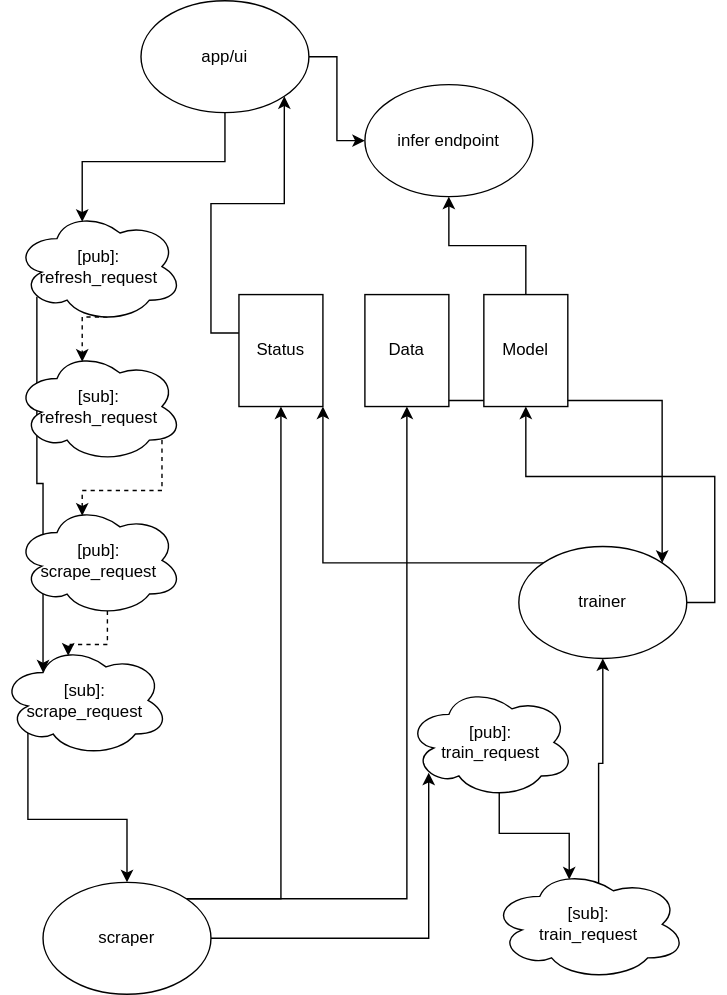
Above: Architecture.svg in tianle91/astroturf (draw.io), before the change. Source tidied: cells renumbered, new cells last; positions are measured from the earlier drawing's top-left corner, leaving out a move shared by most shapes. Source of this version:
```xml
<mxGraphModel>
  <root>
    <mxCell id="0" />
    <mxCell id="1" parent="0" />
    <mxCell id="2" style="edgeStyle=orthogonalEdgeStyle;rounded=0;jettySize=auto;html=1;exitX=0;exitY=0;exitDx=0;exitDy=27.5;exitPerimeter=0;entryX=1;entryY=1;entryDx=0;entryDy=0;" parent="1" edge="1" source="3" target="23">
      <mxGeometry relative="1" as="geometry" />
    </mxCell>
    <mxCell id="3" value="Status" style="shape=cylinder3;whiteSpace=wrap;html=1;boundedLbl=1;backgroundOutline=1;size=15;" parent="1" vertex="1">
      <mxGeometry x="170" y="210" width="60" height="80" as="geometry" />
    </mxCell>
    <mxCell id="4" style="edgeStyle=orthogonalEdgeStyle;rounded=0;jettySize=auto;html=1;exitX=0.855;exitY=1;exitDx=0;exitDy=-4.35;exitPerimeter=0;entryX=1;entryY=0;entryDx=0;entryDy=0;" parent="1" edge="1" source="5" target="31">
      <mxGeometry relative="1" as="geometry" />
    </mxCell>
    <mxCell id="5" value="Data" style="shape=cylinder3;whiteSpace=wrap;html=1;boundedLbl=1;backgroundOutline=1;size=15;" parent="1" vertex="1">
      <mxGeometry x="260" y="210" width="60" height="80" as="geometry" />
    </mxCell>
    <mxCell id="6" style="edgeStyle=orthogonalEdgeStyle;rounded=0;jettySize=auto;html=1;exitX=0.5;exitY=0;exitDx=0;exitDy=0;exitPerimeter=0;entryX=0.5;entryY=1;entryDx=0;entryDy=0;" parent="1" edge="1" source="7" target="24">
      <mxGeometry relative="1" as="geometry" />
    </mxCell>
    <mxCell id="7" value="Model" style="shape=cylinder3;whiteSpace=wrap;html=1;boundedLbl=1;backgroundOutline=1;size=15;" parent="1" vertex="1">
      <mxGeometry x="345" y="210" width="60" height="80" as="geometry" />
    </mxCell>
    <mxCell id="8" style="edgeStyle=orthogonalEdgeStyle;rounded=0;jettySize=auto;html=1;exitX=0.55;exitY=0.95;exitDx=0;exitDy=0;exitPerimeter=0;entryX=0.4;entryY=0.1;entryDx=0;entryDy=0;entryPerimeter=0;dashed=1;" parent="1" edge="1" source="10" target="12">
      <mxGeometry relative="1" as="geometry" />
    </mxCell>
    <mxCell id="9" style="edgeStyle=orthogonalEdgeStyle;rounded=0;jettySize=auto;html=1;exitX=0.13;exitY=0.77;exitDx=0;exitDy=0;exitPerimeter=0;entryX=0.25;entryY=0.25;entryDx=0;entryDy=0;entryPerimeter=0;" parent="1" edge="1" source="10" target="16">
      <mxGeometry relative="1" as="geometry" />
    </mxCell>
    <mxCell id="10" value="[pub]: &lt;br&gt;refresh_request" style="ellipse;shape=cloud;whiteSpace=wrap;html=1;" parent="1" vertex="1">
      <mxGeometry x="10" y="150" width="120" height="80" as="geometry" />
    </mxCell>
    <mxCell id="11" style="edgeStyle=orthogonalEdgeStyle;rounded=0;jettySize=auto;html=1;exitX=0.875;exitY=0.5;exitDx=0;exitDy=0;exitPerimeter=0;entryX=0.4;entryY=0.1;entryDx=0;entryDy=0;entryPerimeter=0;dashed=1;" parent="1" edge="1" source="12" target="14">
      <mxGeometry relative="1" as="geometry" />
    </mxCell>
    <mxCell id="12" value="[sub]: &lt;br&gt;refresh_request" style="ellipse;shape=cloud;whiteSpace=wrap;html=1;" parent="1" vertex="1">
      <mxGeometry x="10" y="250" width="120" height="80" as="geometry" />
    </mxCell>
    <mxCell id="13" style="edgeStyle=orthogonalEdgeStyle;rounded=0;jettySize=auto;html=1;exitX=0.55;exitY=0.95;exitDx=0;exitDy=0;exitPerimeter=0;entryX=0.4;entryY=0.1;entryDx=0;entryDy=0;entryPerimeter=0;dashed=1;" parent="1" edge="1" source="14" target="16">
      <mxGeometry relative="1" as="geometry" />
    </mxCell>
    <mxCell id="14" value="[pub]: &lt;br&gt;scrape_request" style="ellipse;shape=cloud;whiteSpace=wrap;html=1;" parent="1" vertex="1">
      <mxGeometry x="10" y="360" width="120" height="80" as="geometry" />
    </mxCell>
    <mxCell id="15" style="edgeStyle=orthogonalEdgeStyle;rounded=0;jettySize=auto;html=1;exitX=0.16;exitY=0.55;exitDx=0;exitDy=0;exitPerimeter=0;entryX=0.5;entryY=0;entryDx=0;entryDy=0;" parent="1" edge="1" source="16" target="28">
      <mxGeometry relative="1" as="geometry" />
    </mxCell>
    <mxCell id="16" value="[sub]: &lt;br&gt;scrape_request" style="ellipse;shape=cloud;whiteSpace=wrap;html=1;" parent="1" vertex="1">
      <mxGeometry y="460" width="120" height="80" as="geometry" />
    </mxCell>
    <mxCell id="17" style="edgeStyle=orthogonalEdgeStyle;rounded=0;jettySize=auto;html=1;exitX=0.55;exitY=0.95;exitDx=0;exitDy=0;exitPerimeter=0;entryX=0.4;entryY=0.1;entryDx=0;entryDy=0;entryPerimeter=0;" parent="1" edge="1" source="18" target="20">
      <mxGeometry relative="1" as="geometry" />
    </mxCell>
    <mxCell id="18" value="[pub]: &lt;br&gt;train_request" style="ellipse;shape=cloud;whiteSpace=wrap;html=1;" parent="1" vertex="1">
      <mxGeometry x="290" y="490" width="120" height="80" as="geometry" />
    </mxCell>
    <mxCell id="19" style="edgeStyle=orthogonalEdgeStyle;rounded=0;jettySize=auto;html=1;exitX=0.55;exitY=0.95;exitDx=0;exitDy=0;exitPerimeter=0;" parent="1" edge="1" source="20" target="31">
      <mxGeometry relative="1" as="geometry" />
    </mxCell>
    <mxCell id="20" value="[sub]: &lt;br&gt;train_request" style="ellipse;shape=cloud;whiteSpace=wrap;html=1;" parent="1" vertex="1">
      <mxGeometry x="350" y="620" width="140" height="80" as="geometry" />
    </mxCell>
    <mxCell id="21" style="edgeStyle=orthogonalEdgeStyle;rounded=0;jettySize=auto;html=1;exitX=1;exitY=0.5;exitDx=0;exitDy=0;entryX=0;entryY=0.5;entryDx=0;entryDy=0;" parent="1" edge="1" source="23" target="24">
      <mxGeometry relative="1" as="geometry" />
    </mxCell>
    <mxCell id="22" style="edgeStyle=orthogonalEdgeStyle;rounded=0;jettySize=auto;html=1;exitX=0.5;exitY=1;exitDx=0;exitDy=0;entryX=0.4;entryY=0.1;entryDx=0;entryDy=0;entryPerimeter=0;" parent="1" edge="1" source="23" target="10">
      <mxGeometry relative="1" as="geometry" />
    </mxCell>
    <mxCell id="23" value="app/ui" style="ellipse;whiteSpace=wrap;html=1;" parent="1" vertex="1">
      <mxGeometry x="100" width="120" height="80" as="geometry" />
    </mxCell>
    <mxCell id="24" value="infer endpoint" style="ellipse;whiteSpace=wrap;html=1;" parent="1" vertex="1">
      <mxGeometry x="260" y="60" width="120" height="80" as="geometry" />
    </mxCell>
    <mxCell id="25" style="edgeStyle=orthogonalEdgeStyle;rounded=0;jettySize=auto;html=1;exitX=1;exitY=0.5;exitDx=0;exitDy=0;entryX=0.13;entryY=0.77;entryDx=0;entryDy=0;entryPerimeter=0;" parent="1" edge="1" source="28" target="18">
      <mxGeometry relative="1" as="geometry" />
    </mxCell>
    <mxCell id="26" style="edgeStyle=orthogonalEdgeStyle;rounded=0;jettySize=auto;html=1;exitX=1;exitY=0;exitDx=0;exitDy=0;entryX=0.5;entryY=1;entryDx=0;entryDy=0;entryPerimeter=0;" parent="1" edge="1" source="28" target="5">
      <mxGeometry relative="1" as="geometry" />
    </mxCell>
    <mxCell id="27" style="edgeStyle=orthogonalEdgeStyle;rounded=0;jettySize=auto;html=1;exitX=1;exitY=0;exitDx=0;exitDy=0;entryX=0.5;entryY=1;entryDx=0;entryDy=0;entryPerimeter=0;" parent="1" edge="1" source="28" target="3">
      <mxGeometry relative="1" as="geometry" />
    </mxCell>
    <mxCell id="28" value="scraper" style="ellipse;whiteSpace=wrap;html=1;" parent="1" vertex="1">
      <mxGeometry x="30" y="630" width="120" height="80" as="geometry" />
    </mxCell>
    <mxCell id="29" style="edgeStyle=orthogonalEdgeStyle;rounded=0;jettySize=auto;html=1;exitX=1;exitY=0.5;exitDx=0;exitDy=0;entryX=0.5;entryY=1;entryDx=0;entryDy=0;entryPerimeter=0;" parent="1" edge="1" source="31" target="7">
      <mxGeometry relative="1" as="geometry" />
    </mxCell>
    <mxCell id="30" style="edgeStyle=orthogonalEdgeStyle;rounded=0;jettySize=auto;html=1;exitX=0;exitY=0;exitDx=0;exitDy=0;entryX=1;entryY=1;entryDx=0;entryDy=0;" parent="1" edge="1" source="31" target="3">
      <mxGeometry relative="1" as="geometry" />
    </mxCell>
    <mxCell id="31" value="trainer" style="ellipse;whiteSpace=wrap;html=1;" parent="1" vertex="1">
      <mxGeometry x="370" y="390" width="120" height="80" as="geometry" />
    </mxCell>
  </root>
</mxGraphModel>
```
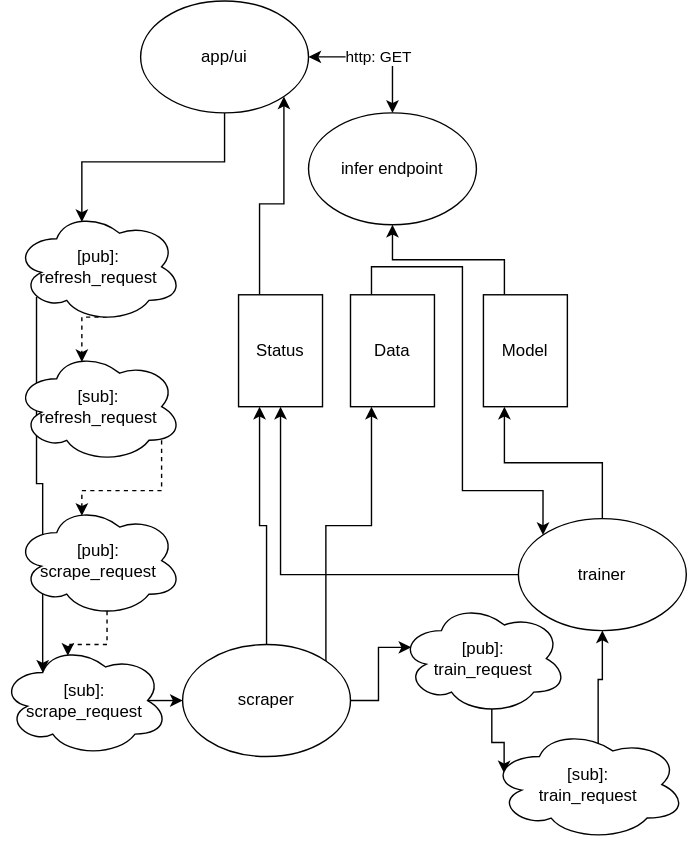
The same diagram one commit later.

Commit message:
clean up diagram

Change to the diagram source:
```diff
@@ -2,19 +2,26 @@
   <root>
     <mxCell id="0" />
     <mxCell id="1" parent="0" />
-    <mxCell id="2" style="edgeStyle=orthogonalEdgeStyle;rounded=0;jettySize=auto;html=1;exitX=0;exitY=0;exitDx=0;exitDy=27.5;exitPerimeter=0;entryX=1;entryY=1;entryDx=0;entryDy=0;" parent="1" edge="1" source="3" target="23">
+    <mxCell id="2" style="edgeStyle=orthogonalEdgeStyle;rounded=0;jettySize=auto;html=1;exitX=0.25;exitY=0;exitDx=0;exitDy=0;entryX=1;entryY=1;entryDx=0;entryDy=0;" parent="1" edge="1" source="3" target="23">
       <mxGeometry relative="1" as="geometry" />
     </mxCell>
     <mxCell id="3" value="Status" style="shape=cylinder3;whiteSpace=wrap;html=1;boundedLbl=1;backgroundOutline=1;size=15;" parent="1" vertex="1">
       <mxGeometry x="170" y="210" width="60" height="80" as="geometry" />
     </mxCell>
-    <mxCell id="4" style="edgeStyle=orthogonalEdgeStyle;rounded=0;jettySize=auto;html=1;exitX=0.855;exitY=1;exitDx=0;exitDy=-4.35;exitPerimeter=0;entryX=1;entryY=0;entryDx=0;entryDy=0;" parent="1" edge="1" source="5" target="31">
-      <mxGeometry relative="1" as="geometry" />
+    <mxCell id="4" style="edgeStyle=orthogonalEdgeStyle;rounded=0;jettySize=auto;html=1;exitX=0.25;exitY=0;exitDx=0;exitDy=0;entryX=0;entryY=0;entryDx=0;entryDy=0;startArrow=none;startFill=0;" parent="1" edge="1" source="5" target="31">
+      <mxGeometry relative="1" as="geometry">
+        <Array as="points">
+          <mxPoint x="265" y="190" />
+          <mxPoint x="330" y="190" />
+          <mxPoint x="330" y="350" />
+          <mxPoint x="388" y="350" />
+        </Array>
+      </mxGeometry>
     </mxCell>
     <mxCell id="5" value="Data" style="shape=cylinder3;whiteSpace=wrap;html=1;boundedLbl=1;backgroundOutline=1;size=15;" parent="1" vertex="1">
-      <mxGeometry x="260" y="210" width="60" height="80" as="geometry" />
+      <mxGeometry x="250" y="210" width="60" height="80" as="geometry" />
     </mxCell>
-    <mxCell id="6" style="edgeStyle=orthogonalEdgeStyle;rounded=0;jettySize=auto;html=1;exitX=0.5;exitY=0;exitDx=0;exitDy=0;exitPerimeter=0;entryX=0.5;entryY=1;entryDx=0;entryDy=0;" parent="1" edge="1" source="7" target="24">
+    <mxCell id="6" style="edgeStyle=orthogonalEdgeStyle;rounded=0;jettySize=auto;html=1;exitX=0.25;exitY=0;exitDx=0;exitDy=0;entryX=0.5;entryY=1;entryDx=0;entryDy=0;" parent="1" edge="1" source="7" target="24">
       <mxGeometry relative="1" as="geometry" />
     </mxCell>
     <mxCell id="7" value="Model" style="shape=cylinder3;whiteSpace=wrap;html=1;boundedLbl=1;backgroundOutline=1;size=15;" parent="1" vertex="1">
@@ -41,25 +48,25 @@
     <mxCell id="14" value="[pub]: &lt;br&gt;scrape_request" style="ellipse;shape=cloud;whiteSpace=wrap;html=1;" parent="1" vertex="1">
       <mxGeometry x="10" y="360" width="120" height="80" as="geometry" />
     </mxCell>
-    <mxCell id="15" style="edgeStyle=orthogonalEdgeStyle;rounded=0;jettySize=auto;html=1;exitX=0.16;exitY=0.55;exitDx=0;exitDy=0;exitPerimeter=0;entryX=0.5;entryY=0;entryDx=0;entryDy=0;" parent="1" edge="1" source="16" target="28">
+    <mxCell id="15" style="edgeStyle=orthogonalEdgeStyle;rounded=0;jettySize=auto;html=1;exitX=0.875;exitY=0.5;exitDx=0;exitDy=0;exitPerimeter=0;entryX=0;entryY=0.5;entryDx=0;entryDy=0;startArrow=none;startFill=0;" parent="1" edge="1" source="16" target="28">
       <mxGeometry relative="1" as="geometry" />
     </mxCell>
     <mxCell id="16" value="[sub]: &lt;br&gt;scrape_request" style="ellipse;shape=cloud;whiteSpace=wrap;html=1;" parent="1" vertex="1">
       <mxGeometry y="460" width="120" height="80" as="geometry" />
     </mxCell>
-    <mxCell id="17" style="edgeStyle=orthogonalEdgeStyle;rounded=0;jettySize=auto;html=1;exitX=0.55;exitY=0.95;exitDx=0;exitDy=0;exitPerimeter=0;entryX=0.4;entryY=0.1;entryDx=0;entryDy=0;entryPerimeter=0;" parent="1" edge="1" source="18" target="20">
+    <mxCell id="17" style="edgeStyle=orthogonalEdgeStyle;rounded=0;jettySize=auto;html=1;exitX=0.55;exitY=0.95;exitDx=0;exitDy=0;exitPerimeter=0;entryX=0.07;entryY=0.4;entryDx=0;entryDy=0;entryPerimeter=0;" parent="1" edge="1" source="18" target="20">
       <mxGeometry relative="1" as="geometry" />
     </mxCell>
     <mxCell id="18" value="[pub]: &lt;br&gt;train_request" style="ellipse;shape=cloud;whiteSpace=wrap;html=1;" parent="1" vertex="1">
-      <mxGeometry x="290" y="490" width="120" height="80" as="geometry" />
+      <mxGeometry x="285" y="430" width="120" height="80" as="geometry" />
     </mxCell>
     <mxCell id="19" style="edgeStyle=orthogonalEdgeStyle;rounded=0;jettySize=auto;html=1;exitX=0.55;exitY=0.95;exitDx=0;exitDy=0;exitPerimeter=0;" parent="1" edge="1" source="20" target="31">
       <mxGeometry relative="1" as="geometry" />
     </mxCell>
     <mxCell id="20" value="[sub]: &lt;br&gt;train_request" style="ellipse;shape=cloud;whiteSpace=wrap;html=1;" parent="1" vertex="1">
-      <mxGeometry x="350" y="620" width="140" height="80" as="geometry" />
+      <mxGeometry x="350" y="520" width="140" height="80" as="geometry" />
     </mxCell>
-    <mxCell id="21" style="edgeStyle=orthogonalEdgeStyle;rounded=0;jettySize=auto;html=1;exitX=1;exitY=0.5;exitDx=0;exitDy=0;entryX=0;entryY=0.5;entryDx=0;entryDy=0;" parent="1" edge="1" source="23" target="24">
+    <mxCell id="21" value="http: GET" style="edgeStyle=orthogonalEdgeStyle;rounded=0;jettySize=auto;html=1;exitX=1;exitY=0.5;exitDx=0;exitDy=0;entryX=0.5;entryY=0;entryDx=0;entryDy=0;startArrow=classic;startFill=1;" parent="1" edge="1" source="23" target="24">
       <mxGeometry relative="1" as="geometry" />
     </mxCell>
     <mxCell id="22" style="edgeStyle=orthogonalEdgeStyle;rounded=0;jettySize=auto;html=1;exitX=0.5;exitY=1;exitDx=0;exitDy=0;entryX=0.4;entryY=0.1;entryDx=0;entryDy=0;entryPerimeter=0;" parent="1" edge="1" source="23" target="10">
@@ -69,28 +76,28 @@
       <mxGeometry x="100" width="120" height="80" as="geometry" />
     </mxCell>
     <mxCell id="24" value="infer endpoint" style="ellipse;whiteSpace=wrap;html=1;" parent="1" vertex="1">
-      <mxGeometry x="260" y="60" width="120" height="80" as="geometry" />
+      <mxGeometry x="220" y="80" width="120" height="80" as="geometry" />
     </mxCell>
-    <mxCell id="25" style="edgeStyle=orthogonalEdgeStyle;rounded=0;jettySize=auto;html=1;exitX=1;exitY=0.5;exitDx=0;exitDy=0;entryX=0.13;entryY=0.77;entryDx=0;entryDy=0;entryPerimeter=0;" parent="1" edge="1" source="28" target="18">
+    <mxCell id="25" style="edgeStyle=orthogonalEdgeStyle;rounded=0;jettySize=auto;html=1;exitX=1;exitY=0.5;exitDx=0;exitDy=0;entryX=0.07;entryY=0.4;entryDx=0;entryDy=0;entryPerimeter=0;" parent="1" edge="1" source="28" target="18">
       <mxGeometry relative="1" as="geometry" />
     </mxCell>
+    <mxCell id="27" style="edgeStyle=orthogonalEdgeStyle;rounded=0;jettySize=auto;html=1;entryX=0.25;entryY=1;entryDx=0;entryDy=0;exitX=0.5;exitY=0;exitDx=0;exitDy=0;" parent="1" edge="1" source="28" target="3">
+      <mxGeometry relative="1" as="geometry" />
+    </mxCell>
-    <mxCell id="26" style="edgeStyle=orthogonalEdgeStyle;rounded=0;jettySize=auto;html=1;exitX=1;exitY=0;exitDx=0;exitDy=0;entryX=0.5;entryY=1;entryDx=0;entryDy=0;entryPerimeter=0;" parent="1" edge="1" source="28" target="5">
+    <mxCell id="26" style="edgeStyle=orthogonalEdgeStyle;rounded=0;jettySize=auto;html=1;exitX=1;exitY=0;exitDx=0;exitDy=0;entryX=0.25;entryY=1;entryDx=0;entryDy=0;startArrow=none;startFill=0;" parent="1" edge="1" source="28" target="5">
       <mxGeometry relative="1" as="geometry" />
     </mxCell>
-    <mxCell id="27" style="edgeStyle=orthogonalEdgeStyle;rounded=0;jettySize=auto;html=1;exitX=1;exitY=0;exitDx=0;exitDy=0;entryX=0.5;entryY=1;entryDx=0;entryDy=0;entryPerimeter=0;" parent="1" edge="1" source="28" target="3">
-      <mxGeometry relative="1" as="geometry" />
-    </mxCell>
     <mxCell id="28" value="scraper" style="ellipse;whiteSpace=wrap;html=1;" parent="1" vertex="1">
-      <mxGeometry x="30" y="630" width="120" height="80" as="geometry" />
+      <mxGeometry x="130" y="460" width="120" height="80" as="geometry" />
     </mxCell>
-    <mxCell id="29" style="edgeStyle=orthogonalEdgeStyle;rounded=0;jettySize=auto;html=1;exitX=1;exitY=0.5;exitDx=0;exitDy=0;entryX=0.5;entryY=1;entryDx=0;entryDy=0;entryPerimeter=0;" parent="1" edge="1" source="31" target="7">
+    <mxCell id="29" style="edgeStyle=orthogonalEdgeStyle;rounded=0;jettySize=auto;html=1;exitX=0.5;exitY=0;exitDx=0;exitDy=0;entryX=0.25;entryY=1;entryDx=0;entryDy=0;" parent="1" edge="1" source="31" target="7">
       <mxGeometry relative="1" as="geometry" />
     </mxCell>
-    <mxCell id="30" style="edgeStyle=orthogonalEdgeStyle;rounded=0;jettySize=auto;html=1;exitX=0;exitY=0;exitDx=0;exitDy=0;entryX=1;entryY=1;entryDx=0;entryDy=0;" parent="1" edge="1" source="31" target="3">
+    <mxCell id="30" style="edgeStyle=orthogonalEdgeStyle;rounded=0;jettySize=auto;html=1;exitX=0;exitY=0.5;exitDx=0;exitDy=0;entryX=0.5;entryY=1;entryDx=0;entryDy=0;" parent="1" edge="1" source="31" target="3">
       <mxGeometry relative="1" as="geometry" />
     </mxCell>
     <mxCell id="31" value="trainer" style="ellipse;whiteSpace=wrap;html=1;" parent="1" vertex="1">
-      <mxGeometry x="370" y="390" width="120" height="80" as="geometry" />
+      <mxGeometry x="370" y="370" width="120" height="80" as="geometry" />
     </mxCell>
   </root>
 </mxGraphModel>
```
